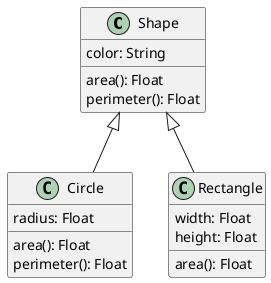
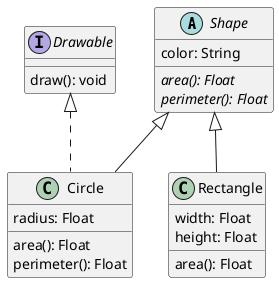
@startuml
- class Shape {
+ abstract class Shape {
  color: String
-   area(): Float
-   perimeter(): Float
+   {abstract} area(): Float
+   {abstract} perimeter(): Float
+ }
+ interface Drawable {
+   draw(): void
}
class Circle {
  radius: Float
  area(): Float
  perimeter(): Float
}
class Rectangle {
  width: Float
  height: Float
  area(): Float
}
Shape <|-- Circle
Shape <|-- Rectangle
+ Drawable <|.. Circle
@enduml
